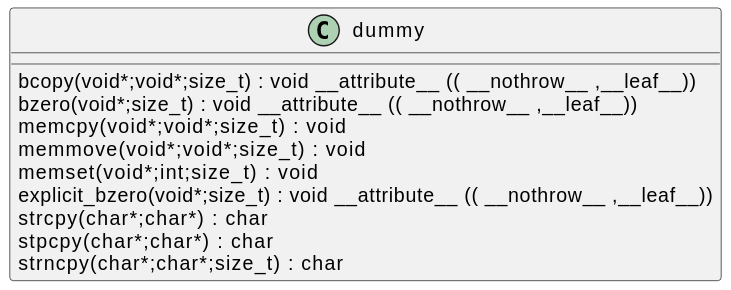
qualitesys/openssl keeps this PlantUML diagram as docs/qc/ssl/statem/extensions.c.svg. Above is the earlier version. The source it was exported from:
```plantuml
@startuml
!pragma layout smetana
class dummy {
bcopy(void*;void*;size_t) :  void  __attribute__ (( __nothrow__ ,__leaf__)) [[[./../../.././qc/ssl/statem/extensions.c.html#298]]]
bzero(void*;size_t) :  void  __attribute__ (( __nothrow__ ,__leaf__)) [[[./../../.././qc/ssl/statem/extensions.c.html#305]]]
memcpy(void*;void*;size_t) :  void  [[[./../../.././qc/ssl/statem/extensions.c.html#346]]]
memmove(void*;void*;size_t) :  void  [[[./../../.././qc/ssl/statem/extensions.c.html#354]]]
memset(void*;int;size_t) :  void  [[[./../../.././qc/ssl/statem/extensions.c.html#361]]]
explicit_bzero(void*;size_t) :  void  __attribute__ (( __nothrow__ ,__leaf__)) [[[./../../.././qc/ssl/statem/extensions.c.html#374]]]
strcpy(char*;char*) :  char  [[[./../../.././qc/ssl/statem/extensions.c.html#381]]]
stpcpy(char*;char*) :  char  [[[./../../.././qc/ssl/statem/extensions.c.html#388]]]
strncpy(char*;char*;size_t) :  char  [[[./../../.././qc/ssl/statem/extensions.c.html#396]]]
}
@enduml
```
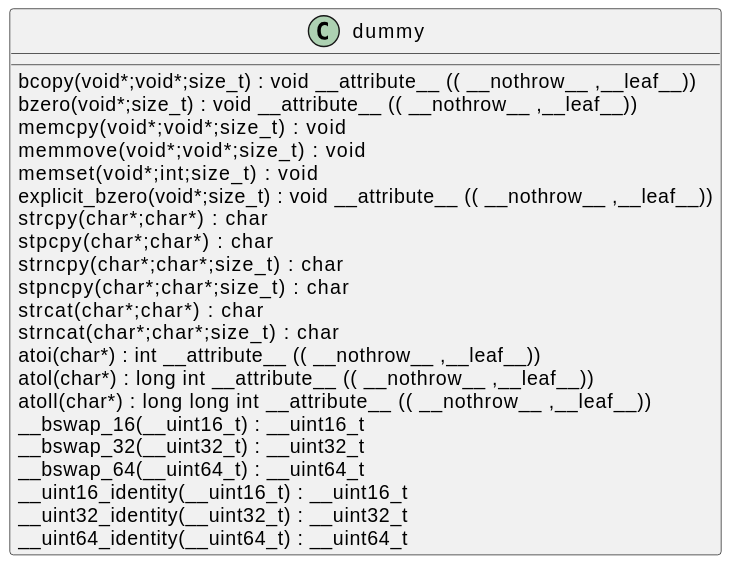
The same diagram one commit later.

Change to the diagram source:
```diff
@@ -10,5 +10,17 @@
 strcpy(char*;char*) :  char  [[[./../../.././qc/ssl/statem/extensions.c.html#381]]]
 stpcpy(char*;char*) :  char  [[[./../../.././qc/ssl/statem/extensions.c.html#388]]]
 strncpy(char*;char*;size_t) :  char  [[[./../../.././qc/ssl/statem/extensions.c.html#396]]]
+stpncpy(char*;char*;size_t) :  char  [[[./../../.././qc/ssl/statem/extensions.c.html#406]]]
+strcat(char*;char*) :  char  [[[./../../.././qc/ssl/statem/extensions.c.html#413]]]
+strncat(char*;char*;size_t) :  char  [[[./../../.././qc/ssl/statem/extensions.c.html#420]]]
+atoi(char*) :  int  __attribute__ (( __nothrow__ ,__leaf__)) [[[./../../.././qc/ssl/statem/extensions.c.html#570]]]
+atol(char*) :  long  int  __attribute__ (( __nothrow__ ,__leaf__)) [[[./../../.././qc/ssl/statem/extensions.c.html#575]]]
+atoll(char*) :  long  long  int  __attribute__ (( __nothrow__ ,__leaf__)) [[[./../../.././qc/ssl/statem/extensions.c.html#582]]]
+__bswap_16(__uint16_t) : __uint16_t [[[./../../.././qc/ssl/statem/extensions.c.html#882]]]
+__bswap_32(__uint32_t) : __uint32_t [[[./../../.././qc/ssl/statem/extensions.c.html#897]]]
+__bswap_64(__uint64_t) : __uint64_t [[[./../../.././qc/ssl/statem/extensions.c.html#907]]]
+__uint16_identity(__uint16_t) : __uint16_t [[[./../../.././qc/ssl/statem/extensions.c.html#919]]]
+__uint32_identity(__uint32_t) : __uint32_t [[[./../../.././qc/ssl/statem/extensions.c.html#925]]]
+__uint64_identity(__uint64_t) : __uint64_t [[[./../../.././qc/ssl/statem/extensions.c.html#931]]]
 }
 @enduml
```
